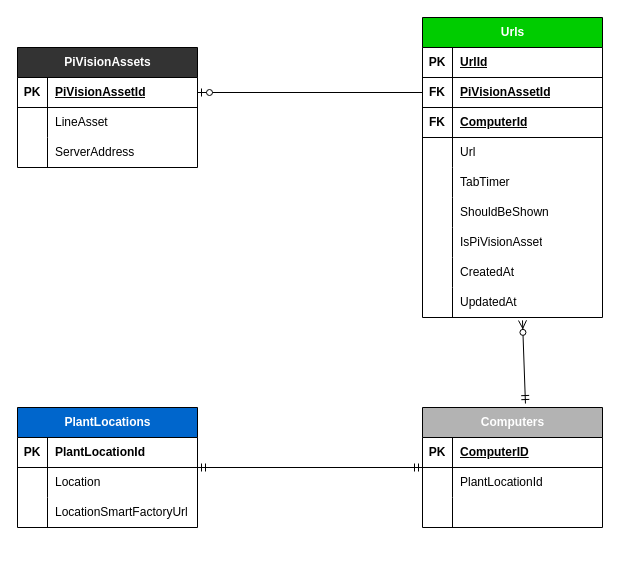
josephkligel/diagrams keeps this draw.io diagram as ads_tables.drawio. Above is the earlier version. Source tidied: cells renumbered, new cells numbered last; positions are measured from the earlier drawing's top-left corner, leaving out a move shared by most shapes. Both pictures are drawn from the tidied source at 100%, with x=0, y=0 at pixel (17, 17).
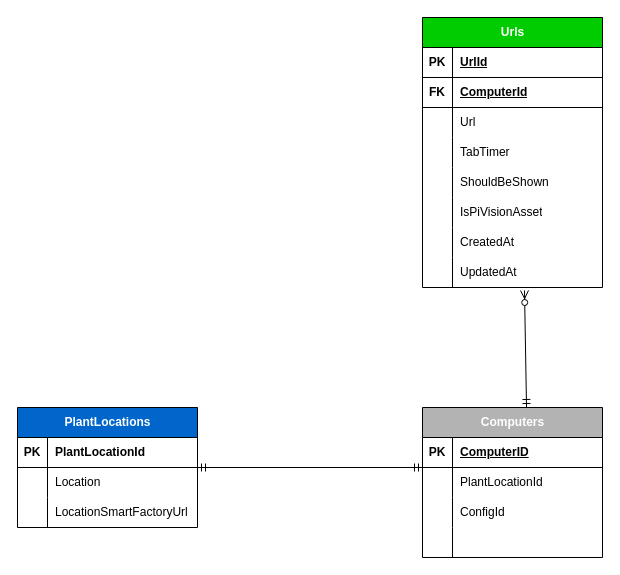
After the change.

The edit, as a diff of the source:
```diff
@@
     <mxCell id="12" value="&lt;font style=&quot;color: rgb(255, 255, 255);&quot;&gt;Urls&lt;/font&gt;" style="shape=table;startSize=30;childLayout=tableLayout;rowLines=0;fontStyle=1;align=center;html=1;fillColor=#00CC00;" parent="1" vertex="1">
-      <mxGeometry x="405" width="180" height="300" as="geometry" />
+      <mxGeometry x="405" width="180" height="270" as="geometry" />
     </mxCell>
@@
-    <mxCell id="16" style="shape=tableRow;horizontal=0;startSize=0;swimlaneHead=0;swimlaneBody=0;fillColor=none;points=[[0,0.5],[1,0.5]];portConstraint=eastwest;top=0;left=0;right=0;bottom=1;" parent="12" vertex="1">
-      <mxGeometry y="60" width="180" height="30" as="geometry" />
-    </mxCell>
-    <mxCell id="17" value="FK" style="shape=partialRectangle;fillColor=none;top=0;left=0;bottom=0;right=0;fontStyle=1;overflow=hidden;whiteSpace=wrap;html=1;" parent="16" vertex="1">
-      <mxGeometry width="30" height="30" as="geometry" />
-    </mxCell>
-    <mxCell id="18" value="PiVisionAssetId" style="shape=partialRectangle;fillColor=none;top=0;left=0;bottom=0;right=0;align=left;spacingLeft=6;fontStyle=5;overflow=hidden;whiteSpace=wrap;html=1;" parent="16" vertex="1">
-      <mxGeometry x="30" width="150" height="30" as="geometry" />
-    </mxCell>
     <mxCell id="19" style="shape=tableRow;horizontal=0;startSize=0;swimlaneHead=0;swimlaneBody=0;fillColor=none;top=0;left=0;right=0;bottom=1;" parent="12" vertex="1">
-      <mxGeometry y="90" width="180" height="30" as="geometry" />
+      <mxGeometry y="60" width="180" height="30" as="geometry" />
     </mxCell>
@@
     <mxCell id="22" style="shape=tableRow;horizontal=0;startSize=0;swimlaneHead=0;swimlaneBody=0;fillColor=none;top=0;left=0;right=0;bottom=0;" parent="12" vertex="1">
-      <mxGeometry y="120" width="180" height="30" as="geometry" />
+      <mxGeometry y="90" width="180" height="30" as="geometry" />
     </mxCell>
@@
     <mxCell id="25" style="shape=tableRow;horizontal=0;startSize=0;swimlaneHead=0;swimlaneBody=0;fillColor=none;top=0;left=0;right=0;bottom=0;" parent="12" vertex="1">
-      <mxGeometry y="150" width="180" height="30" as="geometry" />
+      <mxGeometry y="120" width="180" height="30" as="geometry" />
     </mxCell>
@@
     <mxCell id="28" style="shape=tableRow;horizontal=0;startSize=0;swimlaneHead=0;swimlaneBody=0;fillColor=none;top=0;left=0;right=0;bottom=0;" parent="12" vertex="1">
-      <mxGeometry y="180" width="180" height="30" as="geometry" />
+      <mxGeometry y="150" width="180" height="30" as="geometry" />
     </mxCell>
@@
     <mxCell id="31" style="shape=tableRow;horizontal=0;startSize=0;swimlaneHead=0;swimlaneBody=0;fillColor=none;top=0;left=0;right=0;bottom=0;" parent="12" vertex="1">
-      <mxGeometry y="210" width="180" height="30" as="geometry" />
+      <mxGeometry y="180" width="180" height="30" as="geometry" />
     </mxCell>
@@
     <mxCell id="34" style="shape=tableRow;horizontal=0;startSize=0;swimlaneHead=0;swimlaneBody=0;fillColor=none;top=0;left=0;right=0;bottom=0;" parent="12" vertex="1">
-      <mxGeometry y="240" width="180" height="30" as="geometry" />
+      <mxGeometry y="210" width="180" height="30" as="geometry" />
     </mxCell>
@@
     <mxCell id="37" style="shape=tableRow;horizontal=0;startSize=0;swimlaneHead=0;swimlaneBody=0;fillColor=none;points=[[0,0.5],[1,0.5]];portConstraint=eastwest;top=0;left=0;right=0;bottom=0;" parent="12" vertex="1">
-      <mxGeometry y="270" width="180" height="30" as="geometry" />
+      <mxGeometry y="240" width="180" height="30" as="geometry" />
     </mxCell>
@@
-    <mxCell id="40" value="&lt;font style=&quot;color: rgb(255, 255, 255);&quot;&gt;PiVisionAssets&lt;/font&gt;" style="shape=table;startSize=30;childLayout=tableLayout;rowLines=0;fontStyle=1;align=center;html=1;fillColor=#333333;" parent="1" vertex="1">
-      <mxGeometry y="30" width="180" height="120" as="geometry" />
-    </mxCell>
-    <mxCell id="41" style="shape=tableRow;horizontal=0;startSize=0;swimlaneHead=0;swimlaneBody=0;fillColor=none;points=[[0,0.5],[1,0.5]];portConstraint=eastwest;top=0;left=0;right=0;bottom=1;" parent="40" vertex="1">
-      <mxGeometry y="30" width="180" height="30" as="geometry" />
-    </mxCell>
-    <mxCell id="42" value="PK" style="shape=partialRectangle;fillColor=none;top=0;left=0;bottom=0;right=0;fontStyle=1;overflow=hidden;whiteSpace=wrap;html=1;" parent="41" vertex="1">
-      <mxGeometry width="30" height="30" as="geometry" />
-    </mxCell>
-    <mxCell id="43" value="PiVisionAssetId" style="shape=partialRectangle;fillColor=none;top=0;left=0;bottom=0;right=0;align=left;spacingLeft=6;fontStyle=5;overflow=hidden;whiteSpace=wrap;html=1;" parent="41" vertex="1">
-      <mxGeometry x="30" width="150" height="30" as="geometry" />
-    </mxCell>
-    <mxCell id="44" style="shape=tableRow;horizontal=0;startSize=0;swimlaneHead=0;swimlaneBody=0;fillColor=none;top=0;left=0;right=0;bottom=0;" parent="40" vertex="1">
-      <mxGeometry y="60" width="180" height="30" as="geometry" />
-    </mxCell>
-    <mxCell id="45" style="shape=partialRectangle;fillColor=none;top=0;left=0;bottom=0;right=0;overflow=hidden;whiteSpace=wrap;html=1;" parent="44" vertex="1">
-      <mxGeometry width="30" height="30" as="geometry" />
-    </mxCell>
-    <mxCell id="46" value="LineAsset" style="shape=partialRectangle;fillColor=none;top=0;left=0;bottom=0;right=0;align=left;spacingLeft=6;overflow=hidden;whiteSpace=wrap;html=1;" parent="44" vertex="1">
-      <mxGeometry x="30" width="150" height="30" as="geometry" />
-    </mxCell>
-    <mxCell id="47" style="shape=tableRow;horizontal=0;startSize=0;swimlaneHead=0;swimlaneBody=0;fillColor=none;top=0;left=0;right=0;bottom=0;" parent="40" vertex="1">
-      <mxGeometry y="90" width="180" height="30" as="geometry" />
-    </mxCell>
-    <mxCell id="48" style="shape=partialRectangle;fillColor=none;top=0;left=0;bottom=0;right=0;overflow=hidden;whiteSpace=wrap;html=1;" parent="47" vertex="1">
-      <mxGeometry width="30" height="30" as="geometry" />
-    </mxCell>
-    <mxCell id="49" value="ServerAddress" style="shape=partialRectangle;fillColor=none;top=0;left=0;bottom=0;right=0;align=left;spacingLeft=6;overflow=hidden;whiteSpace=wrap;html=1;" parent="47" vertex="1">
-      <mxGeometry x="30" width="150" height="30" as="geometry" />
-    </mxCell>
-    <mxCell id="50" style="fontSize=12;html=1;endArrow=ERzeroToMany;startArrow=ERmandOne;rounded=0;exitX=0.572;exitY=-0.033;exitDx=0;exitDy=0;exitPerimeter=0;entryX=0.517;entryY=1.067;entryDx=0;entryDy=0;entryPerimeter=0;" parent="1" edge="1" source="54">
+    <mxCell id="50" style="fontSize=12;html=1;endArrow=ERzeroToMany;startArrow=ERmandOne;rounded=0;exitX=0.578;exitY=0;exitDx=0;exitDy=0;exitPerimeter=0;entryX=0.567;entryY=1.1;entryDx=0;entryDy=0;entryPerimeter=0;" parent="1" edge="1" source="54" target="37">
       <mxGeometry relative="1" as="geometry">
-        <mxPoint x="505" y="302.9" as="targetPoint" />
+        <Array as="points">
+          <mxPoint x="507" y="273" />
+        </Array>
       </mxGeometry>
     </mxCell>
@@
-    <mxCell id="52" style="fontSize=12;html=1;endArrow=ERzeroToOne;endFill=1;rounded=0;entryX=1;entryY=0.5;entryDx=0;entryDy=0;exitX=0;exitY=0.5;exitDx=0;exitDy=0;" parent="1" edge="1" source="16" target="41">
-      <mxGeometry relative="1" as="geometry" />
-    </mxCell>
@@
     <mxCell id="54" value="&lt;font color=&quot;#ffffff&quot;&gt;Computers&lt;/font&gt;" style="shape=table;startSize=30;childLayout=tableLayout;rowLines=0;fontStyle=1;align=center;html=1;fillColor=#B3B3B3;" parent="1" vertex="1">
-      <mxGeometry x="405" y="390" width="180" height="120" as="geometry" />
+      <mxGeometry x="405" y="390" width="180" height="150" as="geometry" />
     </mxCell>
@@
+    <mxCell id="47" style="shape=tableRow;horizontal=0;startSize=0;swimlaneHead=0;swimlaneBody=0;fillColor=none;top=0;left=0;right=0;bottom=0;" parent="54" vertex="1">
+      <mxGeometry y="90" width="180" height="30" as="geometry" />
+    </mxCell>
+    <mxCell id="64" style="shape=partialRectangle;fillColor=none;top=0;left=0;bottom=0;right=0;overflow=hidden;whiteSpace=wrap;html=1;" parent="47" vertex="1">
+      <mxGeometry width="30" height="30" as="geometry" />
+    </mxCell>
+    <mxCell id="65" value="ConfigId" style="shape=partialRectangle;fillColor=none;top=0;left=0;bottom=0;right=0;align=left;spacingLeft=6;overflow=hidden;whiteSpace=wrap;html=1;" parent="47" vertex="1">
+      <mxGeometry x="30" width="150" height="30" as="geometry" />
+    </mxCell>
     <mxCell id="61" style="shape=tableRow;horizontal=0;startSize=0;swimlaneHead=0;swimlaneBody=0;fillColor=none;top=0;left=0;right=0;bottom=0;" parent="54" vertex="1">
-      <mxGeometry y="90" width="180" height="30" as="geometry" />
+      <mxGeometry y="120" width="180" height="30" as="geometry" />
     </mxCell>
```
